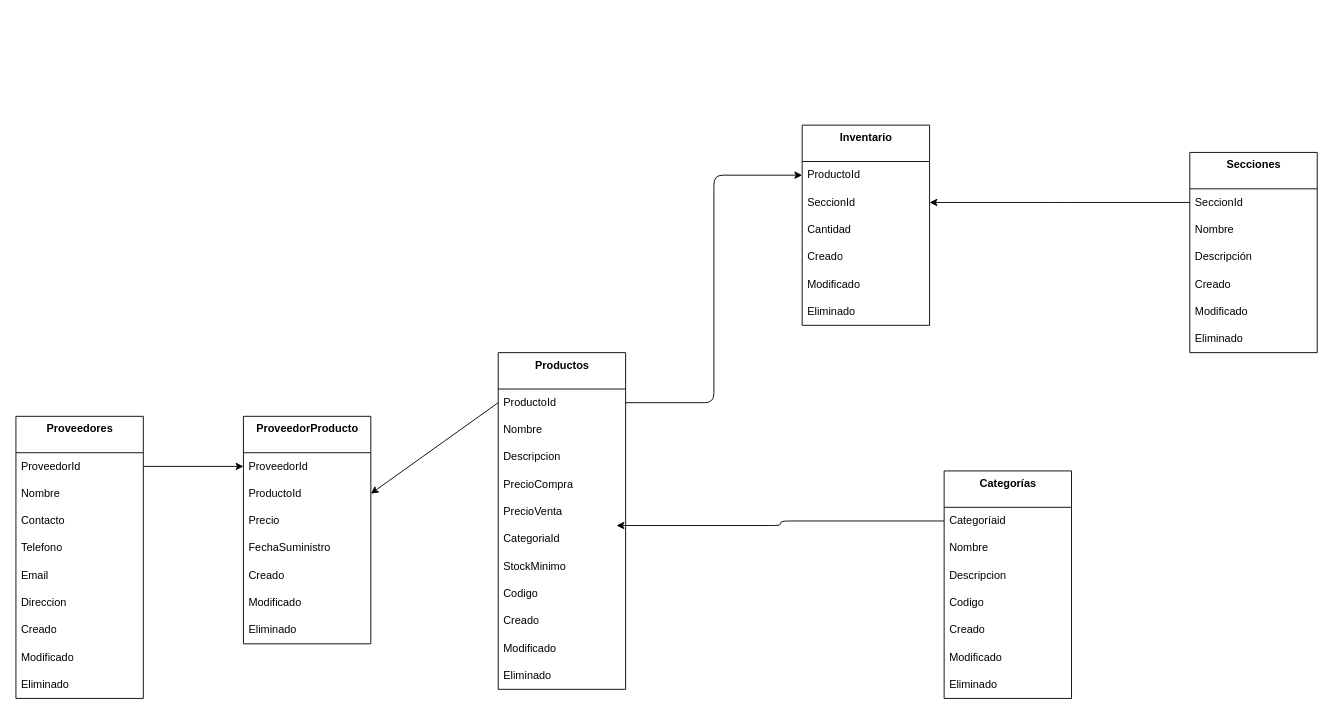
This is Doc/Bodega.drawio from Rosmel-Merlo/CajamarcaDigital, a draw.io file, before an edit. Source tidied: cells renumbered, new cells numbered last; positions are measured from the earlier drawing's top-left corner, leaving out a move shared by most shapes. Both pictures are drawn from the tidied source at 91%, with x=0, y=0 at pixel (15, 125).
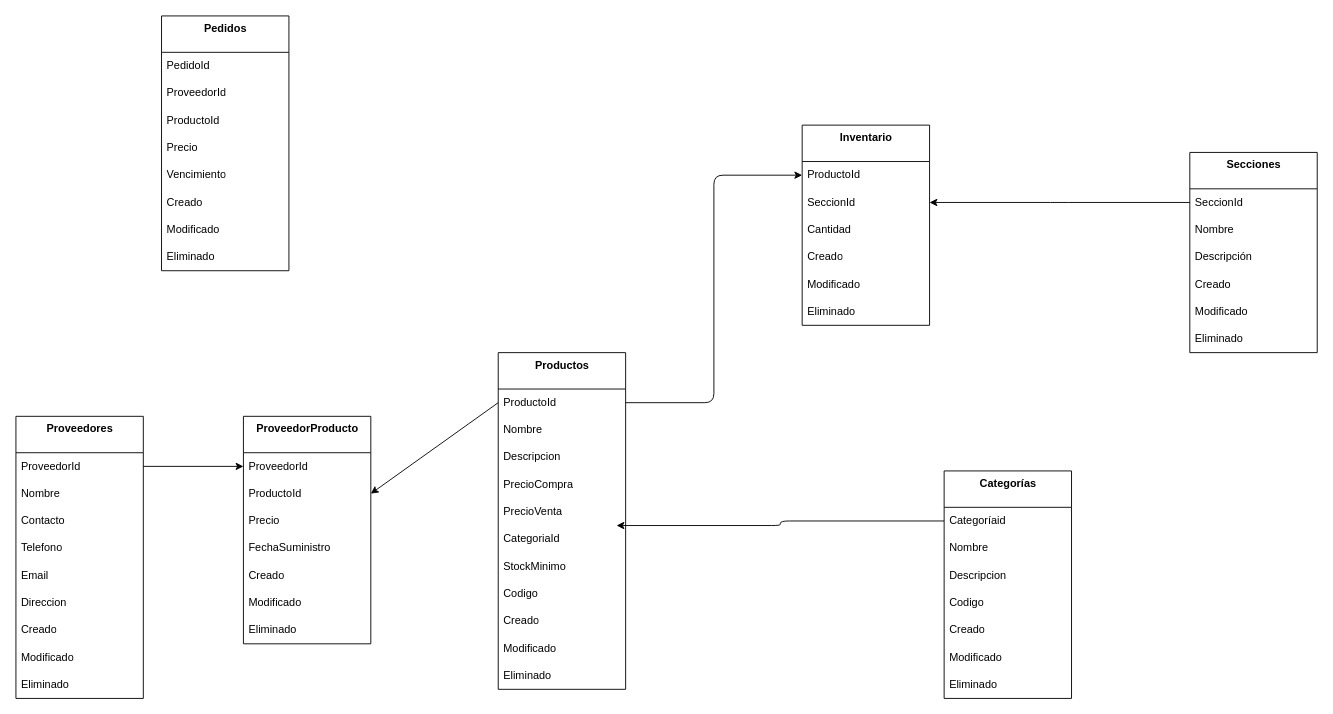
Above is the later version.

Change to the diagram source:
```diff
@@
+    <mxCell id="59" value="&lt;b&gt;Pedidos&lt;/b&gt;" style="swimlane;fontStyle=0;align=center;verticalAlign=top;horizontal=1;startSize=40;html=1;" parent="1" vertex="1">
+      <mxGeometry x="160" y="-120" width="140" height="280" as="geometry" />
+    </mxCell>
+    <mxCell id="60" value="PedidoId&amp;nbsp;" style="text;html=1;strokeColor=none;fillColor=none;align=left;verticalAlign=middle;spacingLeft=4;spacingRight=4;overflow=hidden;" parent="59" vertex="1">
+      <mxGeometry y="40" width="140" height="30" as="geometry" />
+    </mxCell>
+    <mxCell id="61" value="ProveedorId" style="text;html=1;strokeColor=none;fillColor=none;align=left;verticalAlign=middle;spacingLeft=4;spacingRight=4;overflow=hidden;" parent="59" vertex="1">
+      <mxGeometry y="70" width="140" height="30" as="geometry" />
+    </mxCell>
+    <mxCell id="62" value="ProductoId&amp;nbsp;" style="text;html=1;strokeColor=none;fillColor=none;align=left;verticalAlign=middle;spacingLeft=4;spacingRight=4;overflow=hidden;" parent="59" vertex="1">
+      <mxGeometry y="100" width="140" height="30" as="geometry" />
+    </mxCell>
+    <mxCell id="63" value="Precio" style="text;html=1;strokeColor=none;fillColor=none;align=left;verticalAlign=middle;spacingLeft=4;spacingRight=4;overflow=hidden;" parent="59" vertex="1">
+      <mxGeometry y="130" width="140" height="30" as="geometry" />
+    </mxCell>
+    <mxCell id="64" value="Vencimiento" style="text;html=1;strokeColor=none;fillColor=none;align=left;verticalAlign=middle;spacingLeft=4;spacingRight=4;overflow=hidden;" parent="59" vertex="1">
+      <mxGeometry y="160" width="140" height="30" as="geometry" />
+    </mxCell>
+    <mxCell id="65" value="Creado" style="text;html=1;strokeColor=none;fillColor=none;align=left;verticalAlign=middle;spacingLeft=4;spacingRight=4;overflow=hidden;" parent="59" vertex="1">
+      <mxGeometry y="190" width="140" height="30" as="geometry" />
+    </mxCell>
+    <mxCell id="66" value="Modificado" style="text;html=1;strokeColor=none;fillColor=none;align=left;verticalAlign=middle;spacingLeft=4;spacingRight=4;overflow=hidden;" parent="59" vertex="1">
+      <mxGeometry y="220" width="140" height="30" as="geometry" />
+    </mxCell>
+    <mxCell id="67" value="Eliminado" style="text;html=1;strokeColor=none;fillColor=none;align=left;verticalAlign=middle;spacingLeft=4;spacingRight=4;overflow=hidden;" parent="59" vertex="1">
+      <mxGeometry y="250" width="140" height="30" as="geometry" />
+    </mxCell>
```
